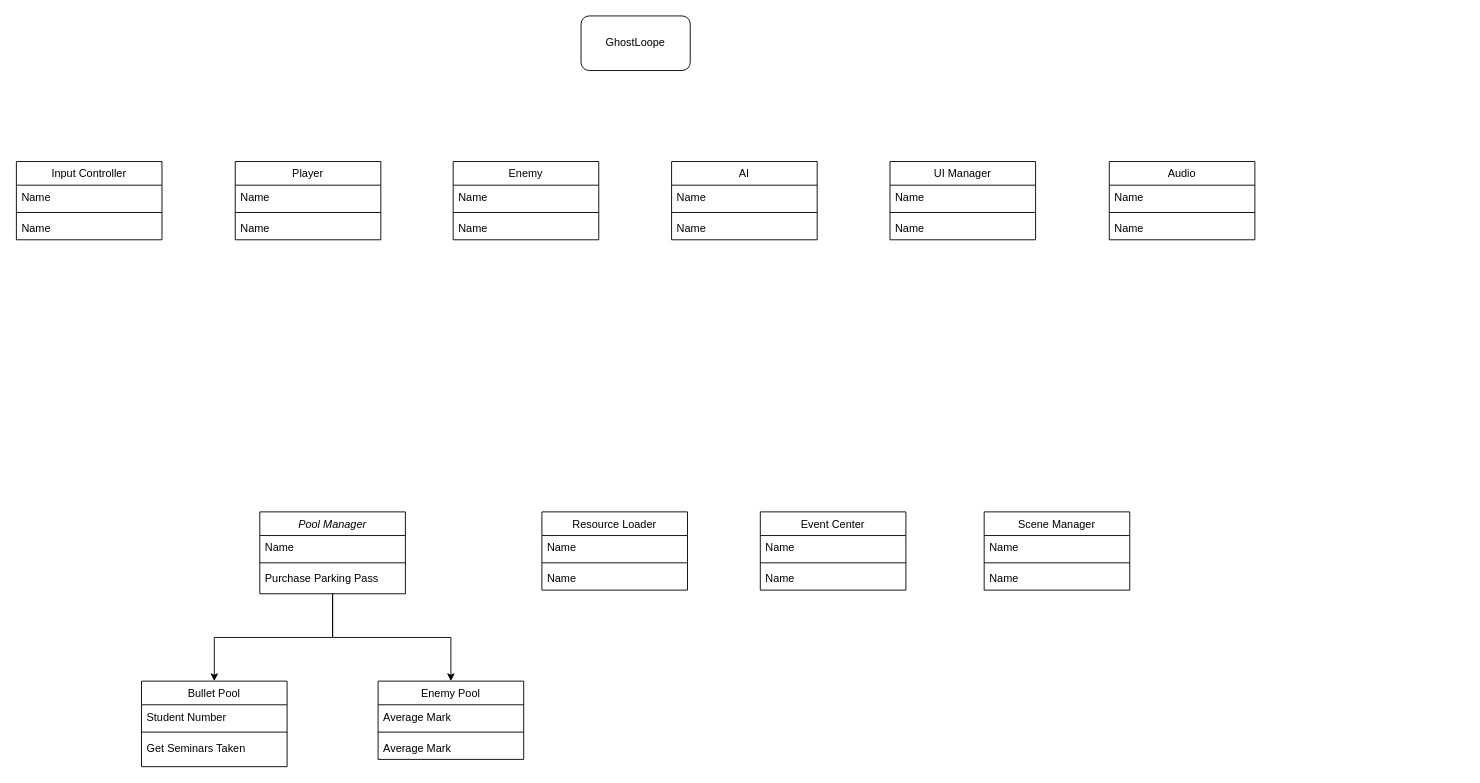
Above: GhostLoope.drawio in z-rank01/GhostLoope (draw.io), before the change. Source tidied: cells renumbered, new cells numbered last; positions are measured from the earlier drawing's top-left corner, leaving out a move shared by most shapes. Both pictures are drawn from the tidied source at 91%, with x=0, y=0 at pixel (16, 15).
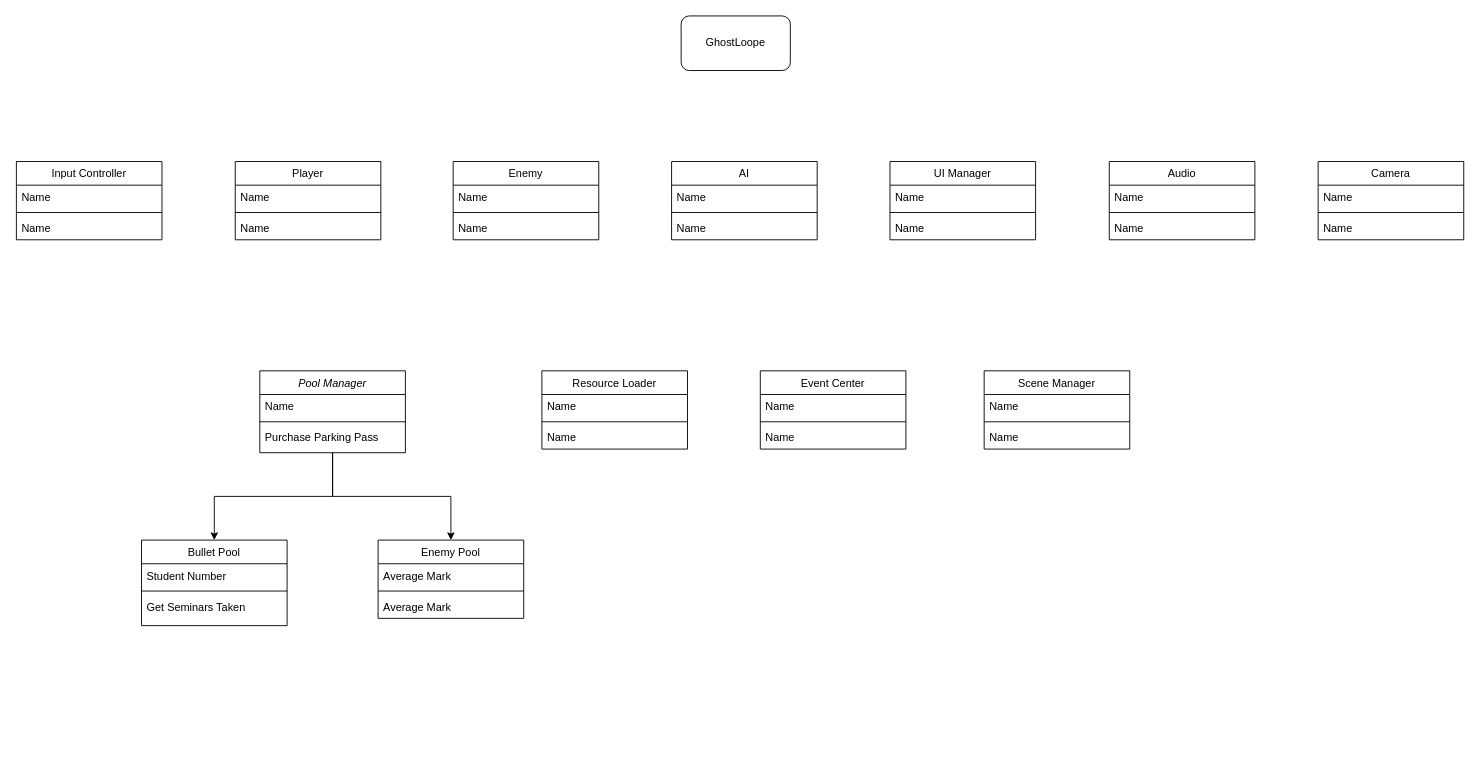
After the change.

Commit message:
2024/7/26 - update GhostLoope.drawio adding new class <Camera>

The edit, as a diff of the source:
```diff
@@
     <mxCell id="4" value="Pool Manager" style="swimlane;fontStyle=2;align=center;verticalAlign=top;horizontal=1;startSize=26;rounded=0;shadow=0;strokeWidth=1;" parent="1" vertex="1">
-      <mxGeometry x="267" y="545" width="160" height="90" as="geometry" />
+      <mxGeometry x="267" y="390" width="160" height="90" as="geometry" />
     </mxCell>
@@
     <mxCell id="8" value="Bullet Pool" style="swimlane;fontStyle=0;align=center;verticalAlign=top;horizontal=1;startSize=26;rounded=0;shadow=0;strokeWidth=1;" parent="1" vertex="1">
-      <mxGeometry x="137" y="731" width="160" height="94" as="geometry" />
+      <mxGeometry x="137" y="576" width="160" height="94" as="geometry" />
     </mxCell>
@@
     <mxCell id="12" value="Enemy Pool" style="swimlane;fontStyle=0;align=center;verticalAlign=top;horizontal=1;startSize=26;rounded=0;shadow=0;strokeWidth=1;" parent="1" vertex="1">
-      <mxGeometry x="397" y="731" width="160" height="86" as="geometry" />
+      <mxGeometry x="397" y="576" width="160" height="86" as="geometry" />
     </mxCell>
@@
     <mxCell id="20" value="GhostLoope" style="rounded=1;whiteSpace=wrap;html=1;" parent="1" vertex="1">
-      <mxGeometry x="620" width="120" height="60" as="geometry" />
+      <mxGeometry x="730" width="120" height="60" as="geometry" />
     </mxCell>
     <mxCell id="21" value="Event Center" style="swimlane;fontStyle=0;align=center;verticalAlign=top;horizontal=1;startSize=26;rounded=0;shadow=0;strokeWidth=1;" parent="1" vertex="1">
-      <mxGeometry x="817" y="545" width="160" height="86" as="geometry" />
+      <mxGeometry x="817" y="390" width="160" height="86" as="geometry" />
     </mxCell>
@@
     <mxCell id="25" value="Resource Loader" style="swimlane;fontStyle=0;align=center;verticalAlign=top;horizontal=1;startSize=26;rounded=0;shadow=0;strokeWidth=1;" parent="1" vertex="1">
-      <mxGeometry x="577" y="545" width="160" height="86" as="geometry" />
+      <mxGeometry x="577" y="390" width="160" height="86" as="geometry" />
     </mxCell>
@@
     <mxCell id="49" value="Scene Manager" style="swimlane;fontStyle=0;align=center;verticalAlign=top;horizontal=1;startSize=26;rounded=0;shadow=0;strokeWidth=1;" parent="1" vertex="1">
-      <mxGeometry x="1063" y="545" width="160" height="86" as="geometry" />
+      <mxGeometry x="1063" y="390" width="160" height="86" as="geometry" />
     </mxCell>
@@
+    <mxCell id="53" value="Camera" style="swimlane;fontStyle=0;align=center;verticalAlign=top;horizontal=1;startSize=26;rounded=0;shadow=0;strokeWidth=1;" parent="1" vertex="1">
+      <mxGeometry x="1430" y="160" width="160" height="86" as="geometry" />
+    </mxCell>
+    <mxCell id="54" value="Name" style="text;align=left;verticalAlign=top;spacingLeft=4;spacingRight=4;overflow=hidden;" parent="53" vertex="1">
+      <mxGeometry y="26" width="160" height="26" as="geometry" />
+    </mxCell>
+    <mxCell id="55" style="line;html=1;strokeWidth=1;align=left;verticalAlign=middle;spacingTop=-1;spacingLeft=3;spacingRight=3;labelPosition=right;" parent="53" vertex="1">
+      <mxGeometry y="52" width="160" height="8" as="geometry" />
+    </mxCell>
+    <mxCell id="56" value="Name" style="text;align=left;verticalAlign=top;spacingLeft=4;spacingRight=4;overflow=hidden;" parent="53" vertex="1">
+      <mxGeometry y="60" width="160" height="26" as="geometry" />
+    </mxCell>
```
